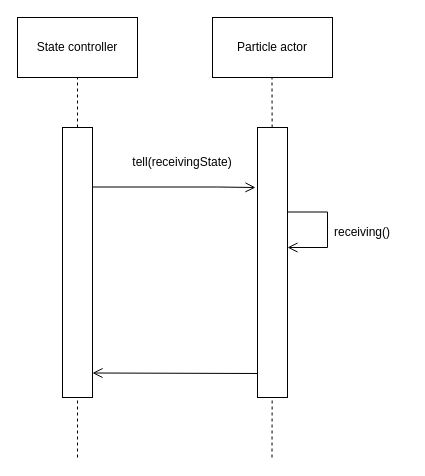
Above: particlesInReceiving.drawio in vanelopethecoder/som-basic (draw.io), before the change. Source tidied: cells renumbered, new cells numbered last; positions are measured from the earlier drawing's top-left corner, leaving out a move shared by most shapes. Both pictures are drawn from the tidied source at 100%, with x=0, y=0 at pixel (17, 17).
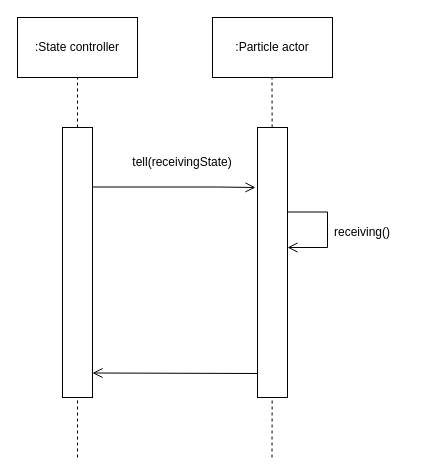
Above is the later version.

Change to the diagram source:
```diff
@@
-    <mxCell id="2" value="State controller" style="rounded=0;whiteSpace=wrap;html=1;" parent="1" vertex="1">
+    <mxCell id="2" value=":State controller" style="rounded=0;whiteSpace=wrap;html=1;" parent="1" vertex="1">
       <mxGeometry width="120" height="60" as="geometry" />
     </mxCell>
-    <mxCell id="3" value="Particle actor" style="rounded=0;whiteSpace=wrap;html=1;" parent="1" vertex="1">
+    <mxCell id="3" value=":Particle actor" style="rounded=0;whiteSpace=wrap;html=1;" parent="1" vertex="1">
       <mxGeometry x="195" width="120" height="60" as="geometry" />
     </mxCell>
```
